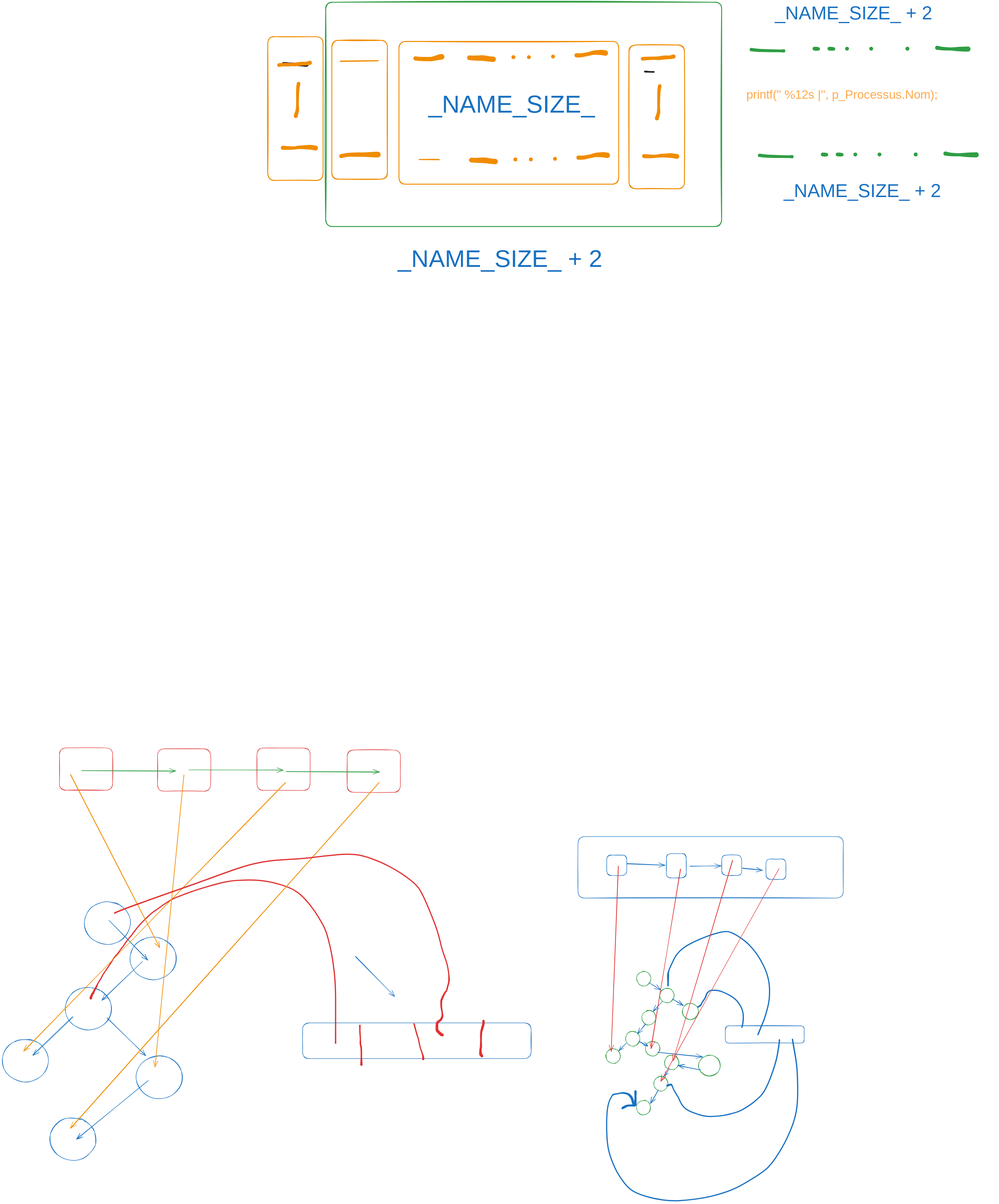
Earlier version of the Excalidraw export bruh.excalidraw.svg (mohammedaouamri5/TP-Tree-LMD2-S1). Source tidied: one line per element, renumbered; positions are measured from the earlier drawing's top-left corner, leaving out a move shared by most shapes.
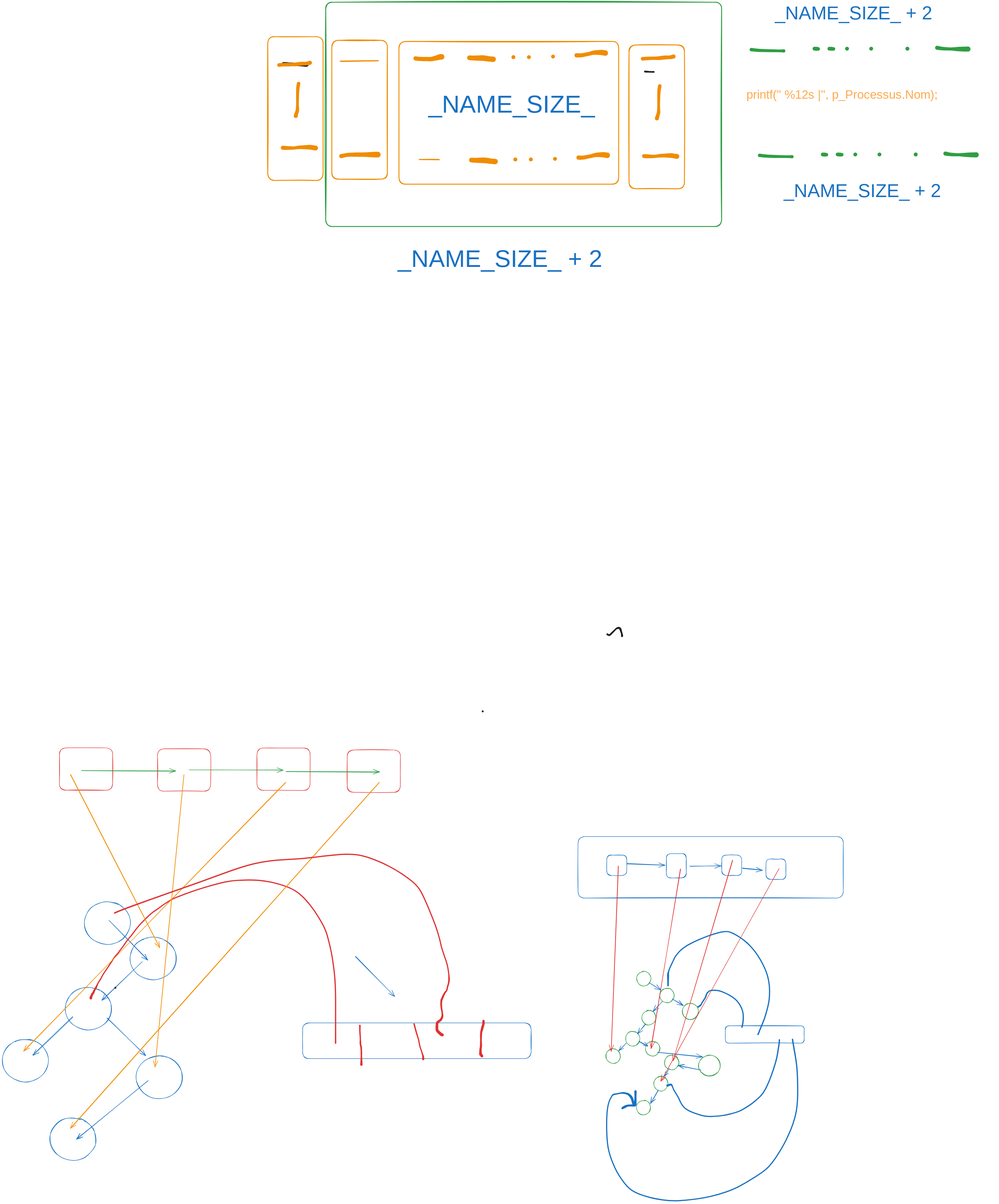
After the commit.

Diff of the diagram source:
```diff
@@ -113,3 +113,6 @@
 {"id": 112, "type": "freedraw", "strokeColor": "#e03131", "strokeWidth": 2, "roughness": 1, "x": 1604, "y": 4588, "width": 7, "height": 176, "points": [[0, 0], [0, 15], [0, 24], [0, 35], [2, 56], [2, 60], [2, 70], [2, 74], [2, 79], [2, 88], [5, 95], [7, 99], [7, 113], [7, 120], [7, 124], [7, 135], [7, 142], [7, 149], [7, 154], [7, 158], [7, 163], [7, 165], [7, 170], [7, 172], [7, 174], [7, 176], [7, 176]]}
 {"id": 113, "type": "freedraw", "strokeColor": "#e03131", "strokeWidth": 2, "roughness": 1, "x": 1847, "y": 4582, "width": 41, "height": 158, "points": [[0, 0], [2, 10], [9, 35], [16, 58], [18, 65], [20, 70], [23, 81], [25, 99], [30, 115], [36, 131], [39, 138], [39, 140], [41, 145], [41, 147], [41, 149], [41, 151], [41, 154], [41, 156], [41, 158], [41, 158]]}
 {"id": 114, "type": "freedraw", "strokeColor": "#e03131", "strokeWidth": 2, "roughness": 1, "x": 2158, "y": 4568, "width": 14, "height": 158, "points": [[0, 0], [0, 1], [0, 4], [0, 6], [0, 8], [0, 10], [0, 15], [-2, 20], [-2, 24], [-5, 29], [-7, 33], [-7, 40], [-9, 42], [-11, 54], [-11, 60], [-11, 65], [-11, 74], [-11, 81], [-11, 90], [-11, 95], [-11, 99], [-11, 106], [-11, 108], [-11, 113], [-11, 120], [-14, 126], [-14, 129], [-14, 133], [-14, 135], [-14, 138], [-14, 140], [-14, 142], [-14, 145], [-14, 147], [-14, 149], [-14, 151], [-11, 154], [-9, 154], [-7, 158], [-7, 158]]}
+{"id": 115, "type": "freedraw", "strokeColor": "#1e1e1e", "strokeWidth": 2, "roughness": 1, "x": 2714, "y": 2834, "width": 66, "height": 40, "points": [[0, 0], [0, 7], [11, 7], [15, 4], [22, -7], [26, -11], [33, -18], [40, -26], [44, -29], [48, -29], [51, -29], [55, -29], [59, -26], [63, -18], [63, -7], [66, 0], [66, 4], [66, 7], [66, 11], [66, 4], [66, 4]]}
+{"id": 116, "type": "freedraw", "strokeColor": "#1e1e1e", "strokeWidth": 2, "roughness": 1, "x": 2155, "y": 3180, "width": 0, "height": 0, "points": [[0, 0], [0, 0]]}
+{"id": 117, "type": "freedraw", "strokeColor": "#1e1e1e", "strokeWidth": 2, "roughness": 1, "x": 507, "y": 4419, "width": 0, "height": 0, "points": [[0, 0], [0, 0]]}
```
